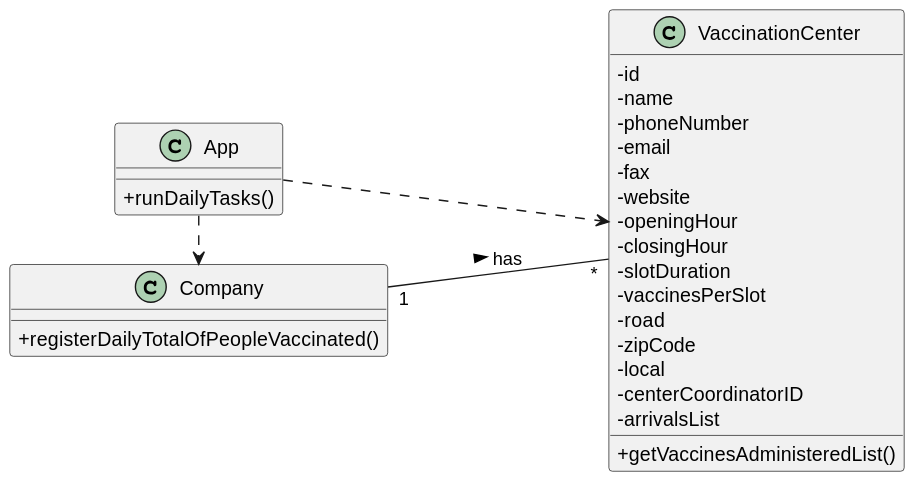
This is docs/SprintD/US006/US006_CD.svg from Pirussa/lei-22-s2-1da-g02, a PlantUML export, as it was before one commit.
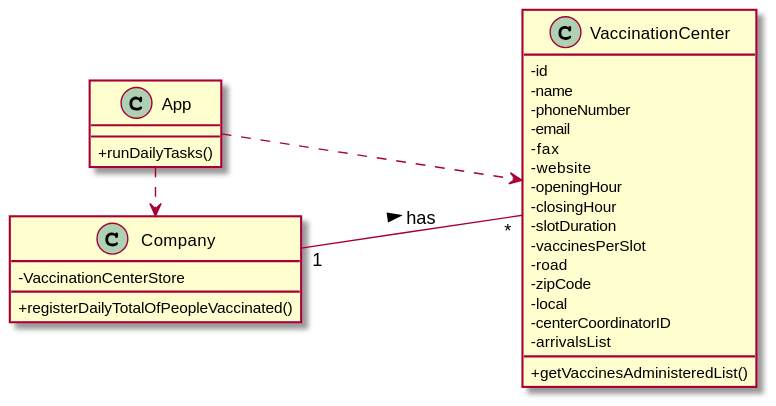
After the change.

Diff of the diagram source:
```diff
@@ -28,6 +28,7 @@
 
 
 class Company{
+-VaccinationCenterStore
 +registerDailyTotalOfPeopleVaccinated()
 }
 
```
